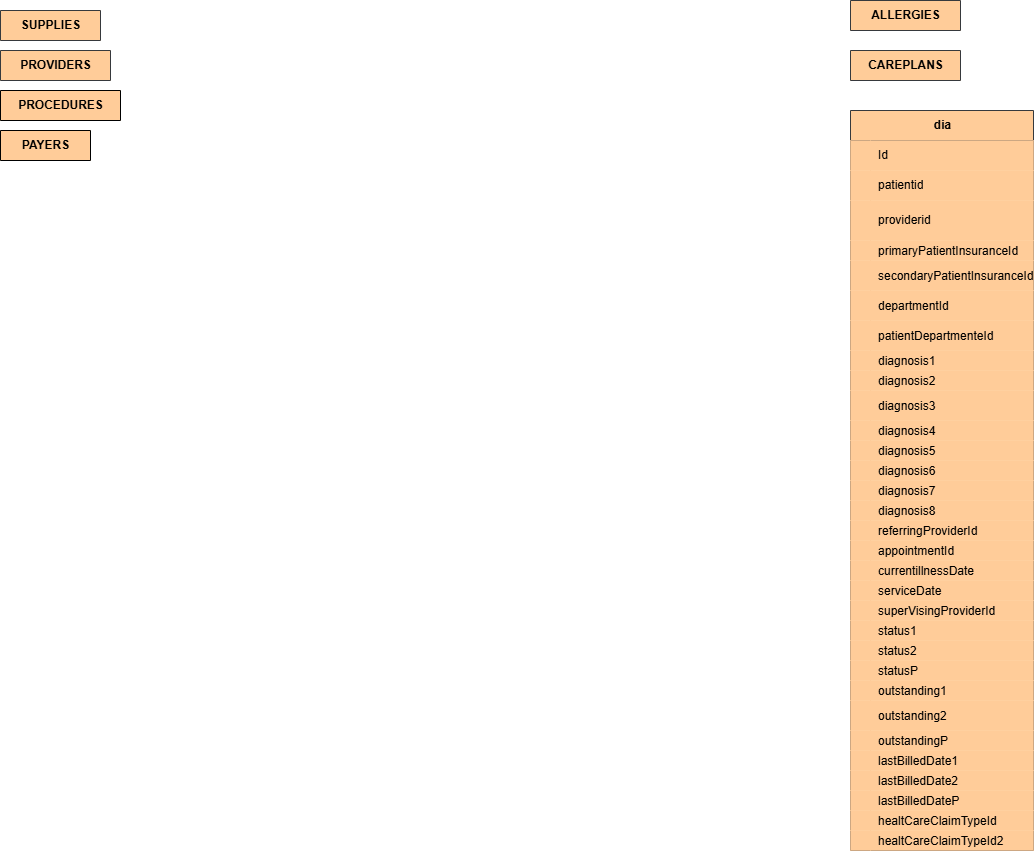
The draw.io diagram BigDataProject.drawio.png in UtsuroNoArashi/BigDataProject, before a commit. Source tidied: cells renumbered, new cells last; positions are measured from the earlier drawing's top-left corner, leaving out a move shared by most shapes.
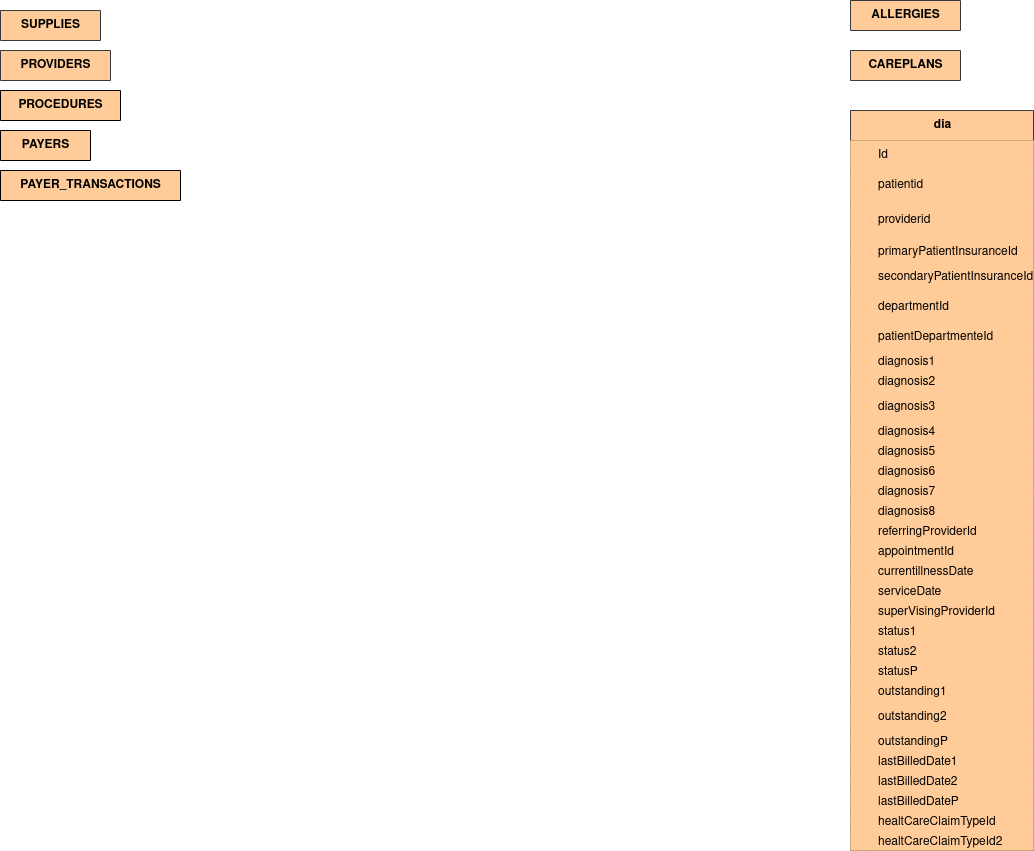
After the commit.

Diff of the diagram source:
```diff
@@ -302,5 +302,8 @@
     <mxCell id="101" value="&lt;div&gt;PAYERS&lt;/div&gt;" style="shape=table;startSize=30;rowLines=0;fontStyle=1;align=center;html=1;fontColor=light-dark(#000000,#000000);fillColor=light-dark(#FFCC99,#B98351);" parent="1" vertex="1" collapsed="1">
       <mxGeometry y="130" width="90" height="30" as="geometry" />
     </mxCell>
+    <mxCell id="102" value="&lt;div&gt;PAYER_TRANSACTIONS&lt;/div&gt;" style="shape=table;startSize=30;rowLines=0;fontStyle=1;align=center;html=1;fillColor=light-dark(#FFCC99,#B98351);fontColor=light-dark(#000000,#000000);" parent="1" vertex="1" collapsed="1">
+      <mxGeometry y="170" width="180" height="30" as="geometry" />
+    </mxCell>
   </root>
 </mxGraphModel>
```
